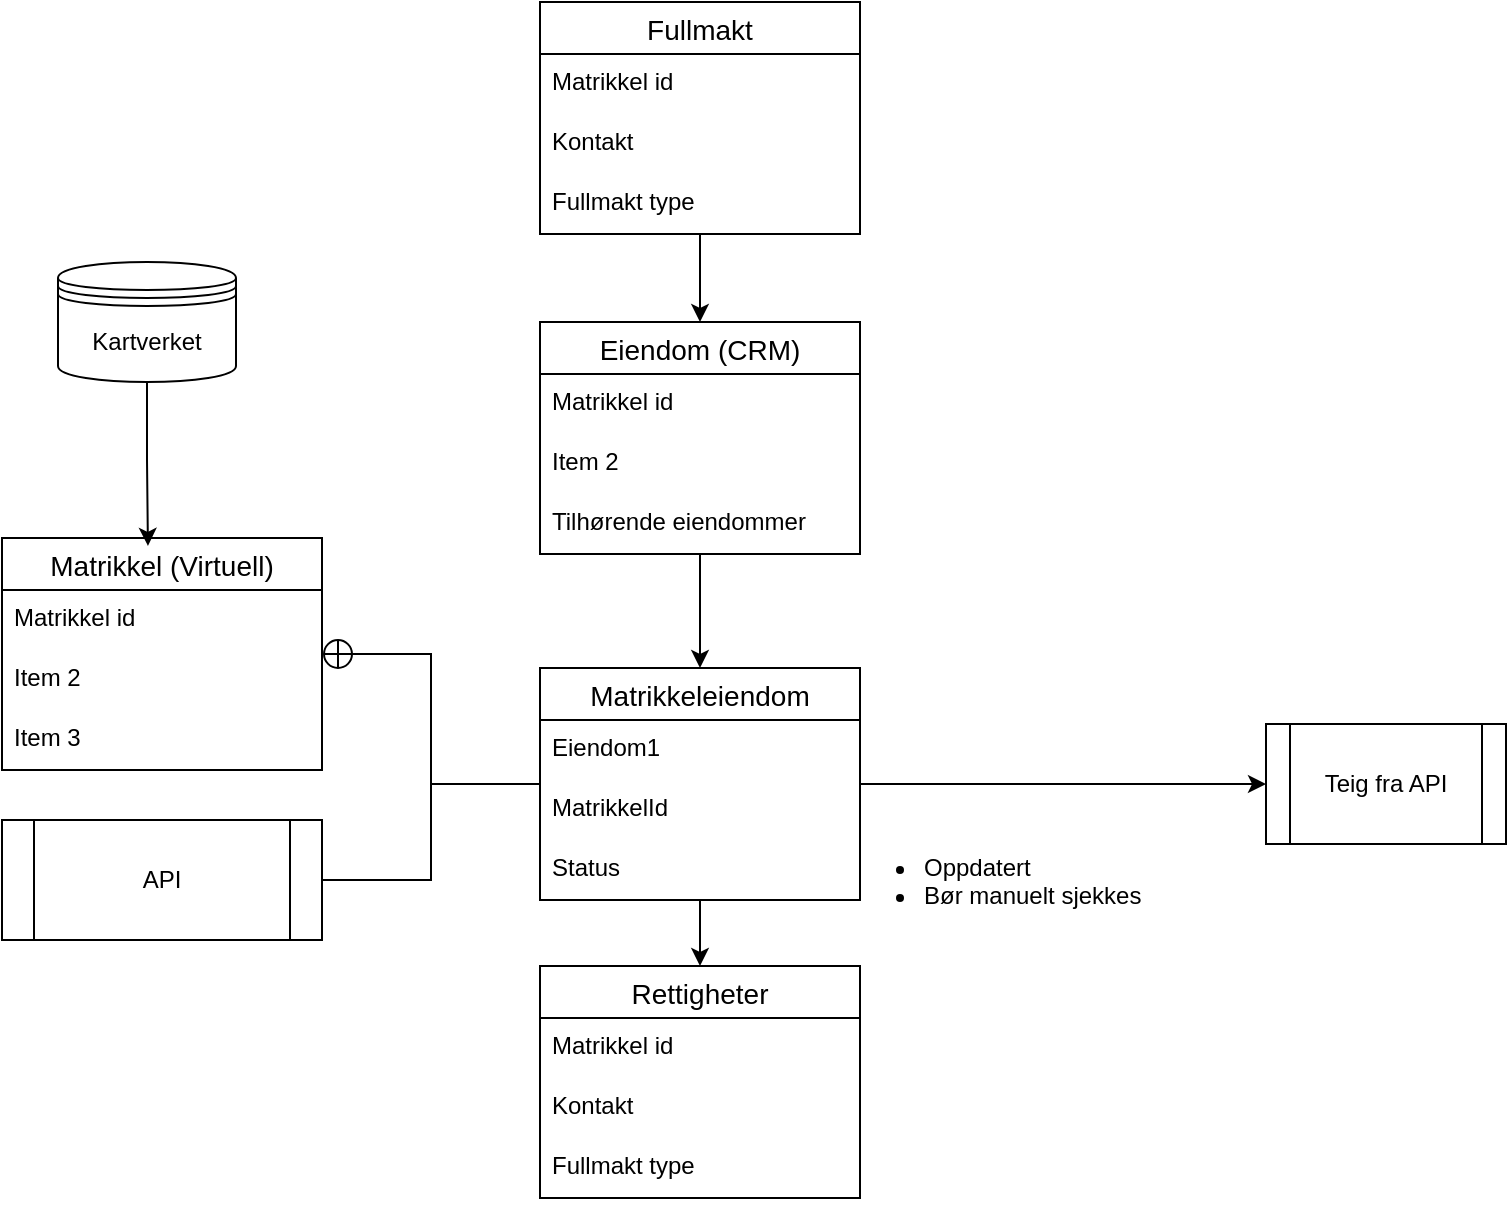
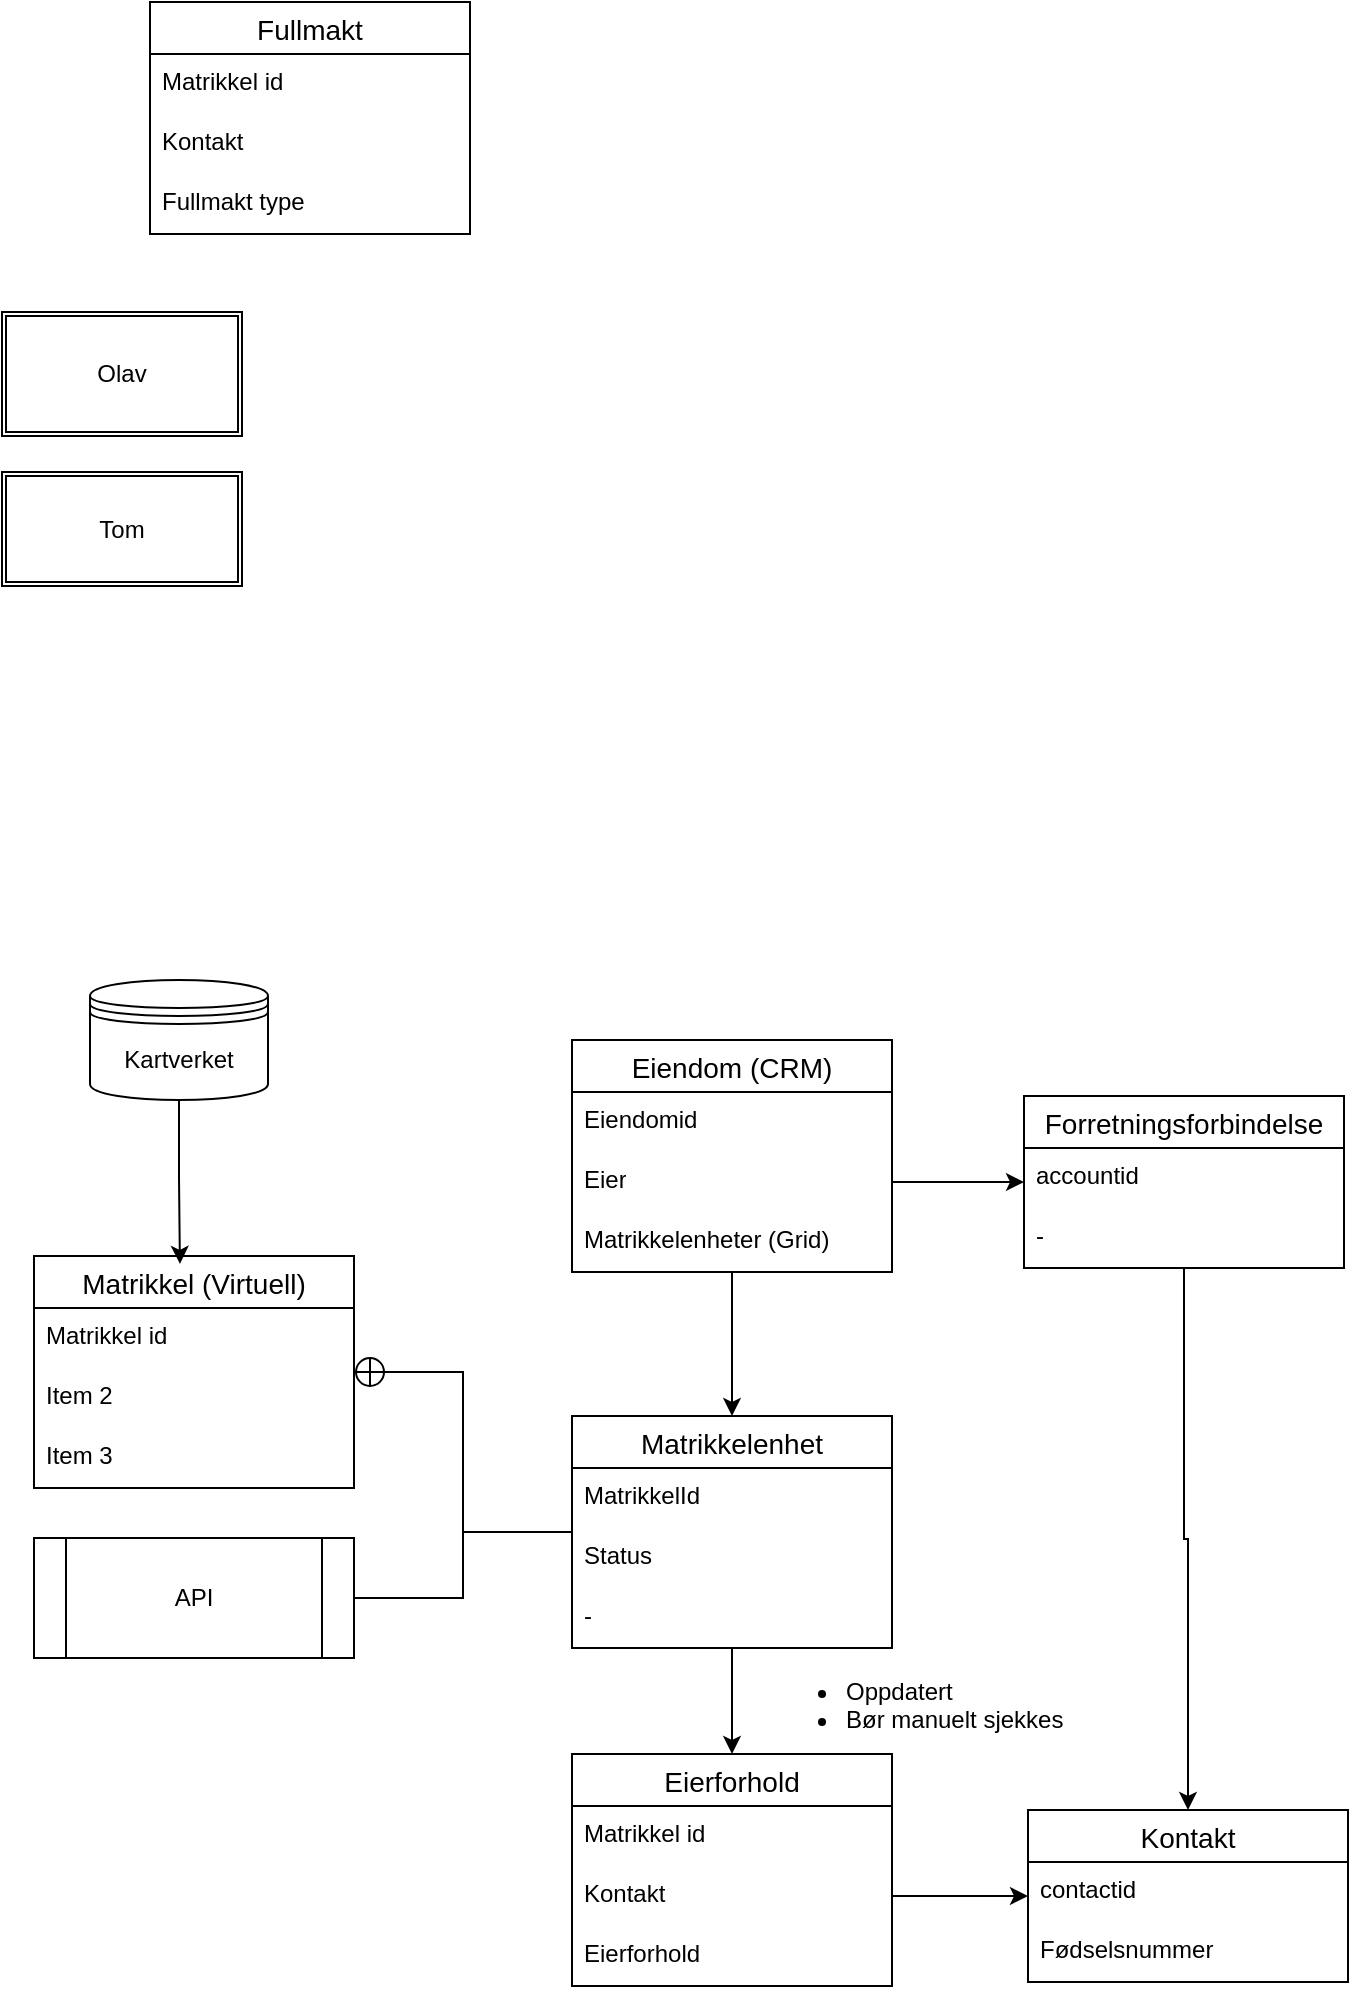
<mxfile host="app.diagrams.net">
  <diagram name="Page-1" id="BotAKa2tyzWGanlXmbeN">
    <mxGraphModel dx="1981" dy="2254" grid="0" gridSize="10" guides="1" tooltips="1" connect="1" arrows="1" fold="1" page="1" pageScale="1" pageWidth="850" pageHeight="1100" math="0" shadow="0">
      <root>
        <mxCell id="0" />
        <mxCell id="1" parent="0" />
        <mxCell id="xipfw7xNsbWfEUssv10E-1" parent="1" style="swimlane;fontStyle=0;childLayout=stackLayout;horizontal=1;startSize=26;horizontalStack=0;resizeParent=1;resizeParentMax=0;resizeLast=0;collapsible=1;marginBottom=0;align=center;fontSize=14;" value="Matrikkel (Virtuell)" vertex="1">
          <mxGeometry height="116" width="160" x="71" y="261" as="geometry" />
        </mxCell>
        <mxCell id="xipfw7xNsbWfEUssv10E-2" parent="xipfw7xNsbWfEUssv10E-1" style="text;strokeColor=none;fillColor=none;spacingLeft=4;spacingRight=4;overflow=hidden;rotatable=0;points=[[0,0.5],[1,0.5]];portConstraint=eastwest;fontSize=12;whiteSpace=wrap;html=1;" value="Matrikkel id" vertex="1">
          <mxGeometry height="30" width="160" y="26" as="geometry" />
        </mxCell>
        <mxCell id="xipfw7xNsbWfEUssv10E-3" parent="xipfw7xNsbWfEUssv10E-1" style="text;strokeColor=none;fillColor=none;spacingLeft=4;spacingRight=4;overflow=hidden;rotatable=0;points=[[0,0.5],[1,0.5]];portConstraint=eastwest;fontSize=12;whiteSpace=wrap;html=1;" value="Item 2" vertex="1">
          <mxGeometry height="30" width="160" y="56" as="geometry" />
        </mxCell>
        <mxCell id="xipfw7xNsbWfEUssv10E-4" parent="xipfw7xNsbWfEUssv10E-1" style="text;strokeColor=none;fillColor=none;spacingLeft=4;spacingRight=4;overflow=hidden;rotatable=0;points=[[0,0.5],[1,0.5]];portConstraint=eastwest;fontSize=12;whiteSpace=wrap;html=1;" value="Item 3" vertex="1">
          <mxGeometry height="30" width="160" y="86" as="geometry" />
        </mxCell>
        <mxCell id="xipfw7xNsbWfEUssv10E-11" edge="1" parent="1" source="xipfw7xNsbWfEUssv10E-12" style="edgeStyle=orthogonalEdgeStyle;rounded=0;orthogonalLoop=1;jettySize=auto;html=1;endArrow=circlePlus;endFill=0;" target="xipfw7xNsbWfEUssv10E-1">
          <mxGeometry relative="1" as="geometry" />
        </mxCell>
        <mxCell id="xipfw7xNsbWfEUssv10E-5" parent="1" style="swimlane;fontStyle=0;childLayout=stackLayout;horizontal=1;startSize=26;horizontalStack=0;resizeParent=1;resizeParentMax=0;resizeLast=0;collapsible=1;marginBottom=0;align=center;fontSize=14;" value="Eiendom (CRM)" vertex="1">
          <mxGeometry height="116" width="160" x="340" y="153" as="geometry" />
        </mxCell>
-         <mxCell id="xipfw7xNsbWfEUssv10E-6" parent="xipfw7xNsbWfEUssv10E-5" style="text;strokeColor=none;fillColor=none;spacingLeft=4;spacingRight=4;overflow=hidden;rotatable=0;points=[[0,0.5],[1,0.5]];portConstraint=eastwest;fontSize=12;whiteSpace=wrap;html=1;" value="Matrikkel id" vertex="1">
+         <mxCell id="xipfw7xNsbWfEUssv10E-6" parent="xipfw7xNsbWfEUssv10E-5" style="text;strokeColor=none;fillColor=none;spacingLeft=4;spacingRight=4;overflow=hidden;rotatable=0;points=[[0,0.5],[1,0.5]];portConstraint=eastwest;fontSize=12;whiteSpace=wrap;html=1;" value="Eiendomid" vertex="1">
          <mxGeometry height="30" width="160" y="26" as="geometry" />
        </mxCell>
-         <mxCell id="xipfw7xNsbWfEUssv10E-7" parent="xipfw7xNsbWfEUssv10E-5" style="text;strokeColor=none;fillColor=none;spacingLeft=4;spacingRight=4;overflow=hidden;rotatable=0;points=[[0,0.5],[1,0.5]];portConstraint=eastwest;fontSize=12;whiteSpace=wrap;html=1;" value="Item 2" vertex="1">
+         <mxCell id="xipfw7xNsbWfEUssv10E-7" parent="xipfw7xNsbWfEUssv10E-5" style="text;strokeColor=none;fillColor=none;spacingLeft=4;spacingRight=4;overflow=hidden;rotatable=0;points=[[0,0.5],[1,0.5]];portConstraint=eastwest;fontSize=12;whiteSpace=wrap;html=1;" value="Eier" vertex="1">
          <mxGeometry height="30" width="160" y="56" as="geometry" />
        </mxCell>
-         <mxCell id="xipfw7xNsbWfEUssv10E-8" parent="xipfw7xNsbWfEUssv10E-5" style="text;strokeColor=none;fillColor=none;spacingLeft=4;spacingRight=4;overflow=hidden;rotatable=0;points=[[0,0.5],[1,0.5]];portConstraint=eastwest;fontSize=12;whiteSpace=wrap;html=1;" value="Tilhørende eiendommer" vertex="1">
+         <mxCell id="xipfw7xNsbWfEUssv10E-8" parent="xipfw7xNsbWfEUssv10E-5" style="text;strokeColor=none;fillColor=none;spacingLeft=4;spacingRight=4;overflow=hidden;rotatable=0;points=[[0,0.5],[1,0.5]];portConstraint=eastwest;fontSize=12;whiteSpace=wrap;html=1;" value="Matrikkelenheter (Grid)" vertex="1">
          <mxGeometry height="30" width="160" y="86" as="geometry" />
        </mxCell>
        <mxCell id="xipfw7xNsbWfEUssv10E-9" parent="1" style="shape=datastore;whiteSpace=wrap;html=1;" value="Kartverket" vertex="1">
          <mxGeometry height="60" width="89" x="99" y="123" as="geometry" />
        </mxCell>
        <mxCell id="xipfw7xNsbWfEUssv10E-10" edge="1" parent="1" source="xipfw7xNsbWfEUssv10E-9" style="edgeStyle=orthogonalEdgeStyle;rounded=0;orthogonalLoop=1;jettySize=auto;html=1;entryX=0.456;entryY=0.034;entryDx=0;entryDy=0;entryPerimeter=0;" target="xipfw7xNsbWfEUssv10E-1">
          <mxGeometry relative="1" as="geometry" />
        </mxCell>
        <mxCell id="xipfw7xNsbWfEUssv10E-33" edge="1" parent="1" source="xipfw7xNsbWfEUssv10E-12" style="edgeStyle=orthogonalEdgeStyle;rounded=0;orthogonalLoop=1;jettySize=auto;html=1;entryX=0.5;entryY=0;entryDx=0;entryDy=0;" target="xipfw7xNsbWfEUssv10E-29">
          <mxGeometry relative="1" as="geometry" />
        </mxCell>
        <mxCell id="xipfw7xNsbWfEUssv10E-35" edge="1" parent="1" source="xipfw7xNsbWfEUssv10E-12" style="edgeStyle=orthogonalEdgeStyle;rounded=0;orthogonalLoop=1;jettySize=auto;html=1;entryX=1;entryY=0.5;entryDx=0;entryDy=0;endArrow=none;endFill=0;" target="xipfw7xNsbWfEUssv10E-34">
          <mxGeometry relative="1" as="geometry" />
        </mxCell>
-         <mxCell id="xipfw7xNsbWfEUssv10E-37" edge="1" parent="1" source="xipfw7xNsbWfEUssv10E-12" style="edgeStyle=orthogonalEdgeStyle;rounded=0;orthogonalLoop=1;jettySize=auto;html=1;entryX=0;entryY=0.5;entryDx=0;entryDy=0;" target="xipfw7xNsbWfEUssv10E-36">
-           <mxGeometry relative="1" as="geometry" />
+         <mxCell id="xipfw7xNsbWfEUssv10E-12" parent="1" style="swimlane;fontStyle=0;childLayout=stackLayout;horizontal=1;startSize=26;horizontalStack=0;resizeParent=1;resizeParentMax=0;resizeLast=0;collapsible=1;marginBottom=0;align=center;fontSize=14;" value="Matrikkelenhet" vertex="1">
+           <mxGeometry height="116" width="160" x="340" y="341" as="geometry" />
        </mxCell>
-         <mxCell id="xipfw7xNsbWfEUssv10E-12" parent="1" style="swimlane;fontStyle=0;childLayout=stackLayout;horizontal=1;startSize=26;horizontalStack=0;resizeParent=1;resizeParentMax=0;resizeLast=0;collapsible=1;marginBottom=0;align=center;fontSize=14;" value="Matrikkeleiendom" vertex="1">
-           <mxGeometry height="116" width="160" x="340" y="326" as="geometry" />
-         </mxCell>
-         <mxCell id="xipfw7xNsbWfEUssv10E-13" parent="xipfw7xNsbWfEUssv10E-12" style="text;strokeColor=none;fillColor=none;spacingLeft=4;spacingRight=4;overflow=hidden;rotatable=0;points=[[0,0.5],[1,0.5]];portConstraint=eastwest;fontSize=12;whiteSpace=wrap;html=1;" value="Eiendom1" vertex="1">
+         <mxCell id="xipfw7xNsbWfEUssv10E-14" parent="xipfw7xNsbWfEUssv10E-12" style="text;strokeColor=none;fillColor=none;spacingLeft=4;spacingRight=4;overflow=hidden;rotatable=0;points=[[0,0.5],[1,0.5]];portConstraint=eastwest;fontSize=12;whiteSpace=wrap;html=1;" value="MatrikkelId" vertex="1">
          <mxGeometry height="30" width="160" y="26" as="geometry" />
        </mxCell>
-         <mxCell id="xipfw7xNsbWfEUssv10E-14" parent="xipfw7xNsbWfEUssv10E-12" style="text;strokeColor=none;fillColor=none;spacingLeft=4;spacingRight=4;overflow=hidden;rotatable=0;points=[[0,0.5],[1,0.5]];portConstraint=eastwest;fontSize=12;whiteSpace=wrap;html=1;" value="MatrikkelId" vertex="1">
+         <mxCell id="xipfw7xNsbWfEUssv10E-27" parent="xipfw7xNsbWfEUssv10E-12" style="text;strokeColor=none;fillColor=none;spacingLeft=4;spacingRight=4;overflow=hidden;rotatable=0;points=[[0,0.5],[1,0.5]];portConstraint=eastwest;fontSize=12;whiteSpace=wrap;html=1;" value="Status" vertex="1">
          <mxGeometry height="30" width="160" y="56" as="geometry" />
        </mxCell>
-         <mxCell id="xipfw7xNsbWfEUssv10E-27" parent="xipfw7xNsbWfEUssv10E-12" style="text;strokeColor=none;fillColor=none;spacingLeft=4;spacingRight=4;overflow=hidden;rotatable=0;points=[[0,0.5],[1,0.5]];portConstraint=eastwest;fontSize=12;whiteSpace=wrap;html=1;" value="Status" vertex="1">
+         <mxCell id="Rb3jv_cV7C8R9ZPWmrSo-8" parent="xipfw7xNsbWfEUssv10E-12" style="text;strokeColor=none;fillColor=none;spacingLeft=4;spacingRight=4;overflow=hidden;rotatable=0;points=[[0,0.5],[1,0.5]];portConstraint=eastwest;fontSize=12;whiteSpace=wrap;html=1;" value="-" vertex="1">
          <mxGeometry height="30" width="160" y="86" as="geometry" />
        </mxCell>
        <mxCell id="xipfw7xNsbWfEUssv10E-18" edge="1" parent="1" source="xipfw7xNsbWfEUssv10E-5" style="edgeStyle=orthogonalEdgeStyle;rounded=0;orthogonalLoop=1;jettySize=auto;html=1;endArrow=classic;endFill=1;startArrow=none;startFill=0;" target="xipfw7xNsbWfEUssv10E-12">
          <mxGeometry relative="1" as="geometry" />
        </mxCell>
-         <mxCell id="xipfw7xNsbWfEUssv10E-24" edge="1" parent="1" source="xipfw7xNsbWfEUssv10E-20" style="edgeStyle=orthogonalEdgeStyle;rounded=0;orthogonalLoop=1;jettySize=auto;html=1;" target="xipfw7xNsbWfEUssv10E-5">
-           <mxGeometry relative="1" as="geometry" />
-         </mxCell>
        <mxCell id="xipfw7xNsbWfEUssv10E-20" parent="1" style="swimlane;fontStyle=0;childLayout=stackLayout;horizontal=1;startSize=26;horizontalStack=0;resizeParent=1;resizeParentMax=0;resizeLast=0;collapsible=1;marginBottom=0;align=center;fontSize=14;" value="Fullmakt" vertex="1">
-           <mxGeometry height="116" width="160" x="340" y="-7" as="geometry" />
+           <mxGeometry height="116" width="160" x="129" y="-366" as="geometry" />
        </mxCell>
        <mxCell id="xipfw7xNsbWfEUssv10E-21" parent="xipfw7xNsbWfEUssv10E-20" style="text;strokeColor=none;fillColor=none;spacingLeft=4;spacingRight=4;overflow=hidden;rotatable=0;points=[[0,0.5],[1,0.5]];portConstraint=eastwest;fontSize=12;whiteSpace=wrap;html=1;" value="Matrikkel id" vertex="1">
          <mxGeometry height="30" width="160" y="26" as="geometry" />
        </mxCell>
        <mxCell id="xipfw7xNsbWfEUssv10E-22" parent="xipfw7xNsbWfEUssv10E-20" style="text;strokeColor=none;fillColor=none;spacingLeft=4;spacingRight=4;overflow=hidden;rotatable=0;points=[[0,0.5],[1,0.5]];portConstraint=eastwest;fontSize=12;whiteSpace=wrap;html=1;" value="Kontakt" vertex="1">
          <mxGeometry height="30" width="160" y="56" as="geometry" />
        </mxCell>
        <mxCell id="xipfw7xNsbWfEUssv10E-23" parent="xipfw7xNsbWfEUssv10E-20" style="text;strokeColor=none;fillColor=none;spacingLeft=4;spacingRight=4;overflow=hidden;rotatable=0;points=[[0,0.5],[1,0.5]];portConstraint=eastwest;fontSize=12;whiteSpace=wrap;html=1;" value="Fullmakt type" vertex="1">
          <mxGeometry height="30" width="160" y="86" as="geometry" />
        </mxCell>
        <mxCell id="xipfw7xNsbWfEUssv10E-28" parent="1" style="text;strokeColor=none;fillColor=none;html=1;whiteSpace=wrap;verticalAlign=middle;overflow=hidden;" value="&lt;ul&gt;&lt;li&gt;Oppdatert&lt;/li&gt;&lt;li&gt;&lt;span style=&quot;background-color: transparent; color: light-dark(rgb(0, 0, 0), rgb(255, 255, 255));&quot;&gt;Bør manuelt sjekkes&lt;/span&gt;&lt;/li&gt;&lt;/ul&gt;" vertex="1">
-           <mxGeometry height="56" width="184" x="490" y="404" as="geometry" />
+           <mxGeometry height="56" width="184" x="435" y="457" as="geometry" />
        </mxCell>
-         <mxCell id="xipfw7xNsbWfEUssv10E-29" parent="1" style="swimlane;fontStyle=0;childLayout=stackLayout;horizontal=1;startSize=26;horizontalStack=0;resizeParent=1;resizeParentMax=0;resizeLast=0;collapsible=1;marginBottom=0;align=center;fontSize=14;" value="Rettigheter" vertex="1">
-           <mxGeometry height="116" width="160" x="340" y="475" as="geometry" />
+         <mxCell id="xipfw7xNsbWfEUssv10E-29" parent="1" style="swimlane;fontStyle=0;childLayout=stackLayout;horizontal=1;startSize=26;horizontalStack=0;resizeParent=1;resizeParentMax=0;resizeLast=0;collapsible=1;marginBottom=0;align=center;fontSize=14;" value="Eierforhold" vertex="1">
+           <mxGeometry height="116" width="160" x="340" y="510" as="geometry" />
        </mxCell>
        <mxCell id="xipfw7xNsbWfEUssv10E-30" parent="xipfw7xNsbWfEUssv10E-29" style="text;strokeColor=none;fillColor=none;spacingLeft=4;spacingRight=4;overflow=hidden;rotatable=0;points=[[0,0.5],[1,0.5]];portConstraint=eastwest;fontSize=12;whiteSpace=wrap;html=1;" value="Matrikkel id" vertex="1">
          <mxGeometry height="30" width="160" y="26" as="geometry" />
        </mxCell>
        <mxCell id="xipfw7xNsbWfEUssv10E-31" parent="xipfw7xNsbWfEUssv10E-29" style="text;strokeColor=none;fillColor=none;spacingLeft=4;spacingRight=4;overflow=hidden;rotatable=0;points=[[0,0.5],[1,0.5]];portConstraint=eastwest;fontSize=12;whiteSpace=wrap;html=1;" value="Kontakt" vertex="1">
          <mxGeometry height="30" width="160" y="56" as="geometry" />
        </mxCell>
-         <mxCell id="xipfw7xNsbWfEUssv10E-32" parent="xipfw7xNsbWfEUssv10E-29" style="text;strokeColor=none;fillColor=none;spacingLeft=4;spacingRight=4;overflow=hidden;rotatable=0;points=[[0,0.5],[1,0.5]];portConstraint=eastwest;fontSize=12;whiteSpace=wrap;html=1;" value="Fullmakt type" vertex="1">
+         <mxCell id="xipfw7xNsbWfEUssv10E-32" parent="xipfw7xNsbWfEUssv10E-29" style="text;strokeColor=none;fillColor=none;spacingLeft=4;spacingRight=4;overflow=hidden;rotatable=0;points=[[0,0.5],[1,0.5]];portConstraint=eastwest;fontSize=12;whiteSpace=wrap;html=1;" value="Eierforhold" vertex="1">
          <mxGeometry height="30" width="160" y="86" as="geometry" />
        </mxCell>
        <mxCell id="xipfw7xNsbWfEUssv10E-34" parent="1" style="shape=process;whiteSpace=wrap;html=1;backgroundOutline=1;" value="API" vertex="1">
          <mxGeometry height="60" width="160" x="71" y="402" as="geometry" />
        </mxCell>
-         <mxCell id="xipfw7xNsbWfEUssv10E-36" parent="1" style="shape=process;whiteSpace=wrap;html=1;backgroundOutline=1;" value="Teig fra API" vertex="1">
-           <mxGeometry height="60" width="120" x="703" y="354" as="geometry" />
+         <mxCell id="Rb3jv_cV7C8R9ZPWmrSo-1" parent="1" style="shape=ext;double=1;rounded=0;whiteSpace=wrap;html=1;" value="Olav" vertex="1">
+           <mxGeometry height="62" width="120" x="55" y="-211" as="geometry" />
+         </mxCell>
+         <mxCell id="Rb3jv_cV7C8R9ZPWmrSo-2" parent="1" style="shape=ext;double=1;rounded=0;whiteSpace=wrap;html=1;" value="Tom" vertex="1">
+           <mxGeometry height="57" width="120" x="55" y="-131" as="geometry" />
+         </mxCell>
+         <mxCell id="Rb3jv_cV7C8R9ZPWmrSo-9" parent="1" style="swimlane;fontStyle=0;childLayout=stackLayout;horizontal=1;startSize=26;horizontalStack=0;resizeParent=1;resizeParentMax=0;resizeLast=0;collapsible=1;marginBottom=0;align=center;fontSize=14;" value="Kontakt" vertex="1">
+           <mxGeometry height="86" width="160" x="568" y="538" as="geometry" />
+         </mxCell>
+         <mxCell id="Rb3jv_cV7C8R9ZPWmrSo-10" parent="Rb3jv_cV7C8R9ZPWmrSo-9" style="text;strokeColor=none;fillColor=none;spacingLeft=4;spacingRight=4;overflow=hidden;rotatable=0;points=[[0,0.5],[1,0.5]];portConstraint=eastwest;fontSize=12;whiteSpace=wrap;html=1;" value="contactid" vertex="1">
+           <mxGeometry height="30" width="160" y="26" as="geometry" />
+         </mxCell>
+         <mxCell id="Rb3jv_cV7C8R9ZPWmrSo-11" parent="Rb3jv_cV7C8R9ZPWmrSo-9" style="text;strokeColor=none;fillColor=none;spacingLeft=4;spacingRight=4;overflow=hidden;rotatable=0;points=[[0,0.5],[1,0.5]];portConstraint=eastwest;fontSize=12;whiteSpace=wrap;html=1;" value="Fødselsnummer" vertex="1">
+           <mxGeometry height="30" width="160" y="56" as="geometry" />
+         </mxCell>
+         <mxCell id="Rb3jv_cV7C8R9ZPWmrSo-19" edge="1" parent="1" source="Rb3jv_cV7C8R9ZPWmrSo-13" style="edgeStyle=orthogonalEdgeStyle;rounded=0;orthogonalLoop=1;jettySize=auto;html=1;" target="Rb3jv_cV7C8R9ZPWmrSo-9">
+           <mxGeometry relative="1" as="geometry" />
+         </mxCell>
+         <mxCell id="Rb3jv_cV7C8R9ZPWmrSo-13" parent="1" style="swimlane;fontStyle=0;childLayout=stackLayout;horizontal=1;startSize=26;horizontalStack=0;resizeParent=1;resizeParentMax=0;resizeLast=0;collapsible=1;marginBottom=0;align=center;fontSize=14;" value="Forretningsforbindelse" vertex="1">
+           <mxGeometry height="86" width="160" x="566" y="181" as="geometry" />
+         </mxCell>
+         <mxCell id="Rb3jv_cV7C8R9ZPWmrSo-14" parent="Rb3jv_cV7C8R9ZPWmrSo-13" style="text;strokeColor=none;fillColor=none;spacingLeft=4;spacingRight=4;overflow=hidden;rotatable=0;points=[[0,0.5],[1,0.5]];portConstraint=eastwest;fontSize=12;whiteSpace=wrap;html=1;" value="accountid" vertex="1">
+           <mxGeometry height="30" width="160" y="26" as="geometry" />
+         </mxCell>
+         <mxCell id="Rb3jv_cV7C8R9ZPWmrSo-15" parent="Rb3jv_cV7C8R9ZPWmrSo-13" style="text;strokeColor=none;fillColor=none;spacingLeft=4;spacingRight=4;overflow=hidden;rotatable=0;points=[[0,0.5],[1,0.5]];portConstraint=eastwest;fontSize=12;whiteSpace=wrap;html=1;" value="-" vertex="1">
+           <mxGeometry height="30" width="160" y="56" as="geometry" />
+         </mxCell>
+         <mxCell id="Rb3jv_cV7C8R9ZPWmrSo-17" edge="1" parent="1" source="xipfw7xNsbWfEUssv10E-31" style="edgeStyle=orthogonalEdgeStyle;rounded=0;orthogonalLoop=1;jettySize=auto;html=1;" target="Rb3jv_cV7C8R9ZPWmrSo-9">
+           <mxGeometry relative="1" as="geometry" />
+         </mxCell>
+         <mxCell id="Rb3jv_cV7C8R9ZPWmrSo-18" edge="1" parent="1" source="xipfw7xNsbWfEUssv10E-7" style="edgeStyle=orthogonalEdgeStyle;rounded=0;orthogonalLoop=1;jettySize=auto;html=1;" target="Rb3jv_cV7C8R9ZPWmrSo-13">
+           <mxGeometry relative="1" as="geometry" />
        </mxCell>
      </root>
    </mxGraphModel>
  </diagram>
</mxfile>
